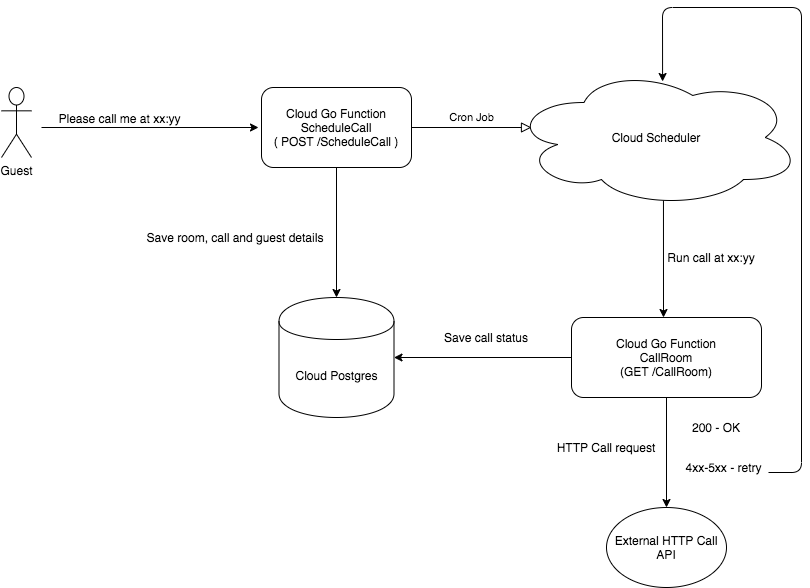
evt/wakeup keeps this draw.io diagram as images/diagram.png. Above is the earlier version. Source tidied: cells renumbered, new cells last; positions are measured from the earlier drawing's top-left corner, leaving out a move shared by most shapes.
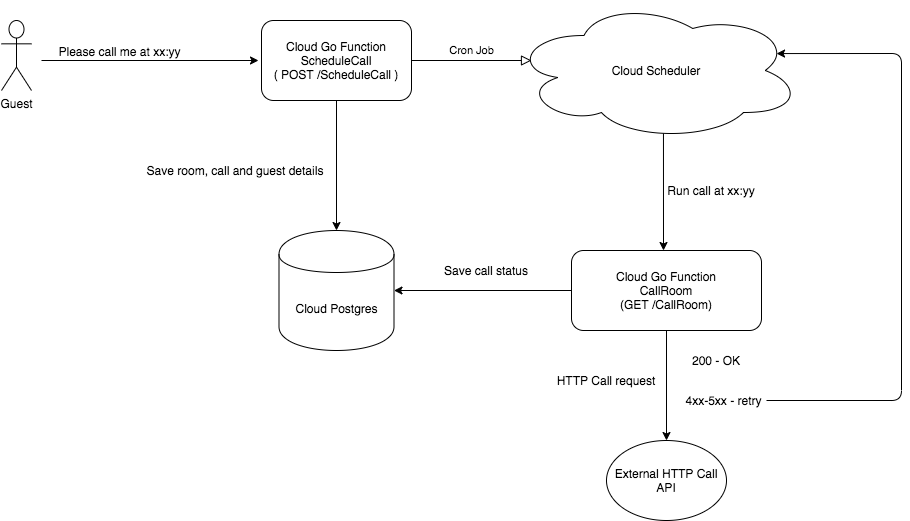
Above is the later version.

What changed in the source:
```diff
@@ -69,15 +69,13 @@
     <mxCell id="20" value="4xx-5xx - retry&lt;br&gt;" style="text;html=1;strokeColor=none;fillColor=none;align=center;verticalAlign=middle;whiteSpace=wrap;rounded=0;" parent="1" vertex="1">
       <mxGeometry x="680" y="450" width="85" height="20" as="geometry" />
     </mxCell>
-    <mxCell id="21" style="endArrow=classic;html=1;entryX=0.521;entryY=0.1;entryDx=0;entryDy=0;entryPerimeter=0;" parent="1" edge="1" target="3">
-      <mxGeometry relative="1" as="geometry">
-        <mxPoint x="767" y="465" as="sourcePoint" />
-        <Array as="points">
-          <mxPoint x="800" y="465" />
-          <mxPoint x="800" />
-          <mxPoint x="661" />
-        </Array>
-      </mxGeometry>
-    </mxCell>
+    <mxCell id="22" style="endArrow=classic;html=1;entryX=0.914;entryY=0.379;entryDx=0;entryDy=0;entryPerimeter=0;exitX=1;exitY=0.5;exitDx=0;exitDy=0;" parent="1" edge="1" source="20" target="3">
+      <mxGeometry relative="1" as="geometry">
+        <Array as="points">
+          <mxPoint x="900" y="460" />
+          <mxPoint x="900" y="113" />
+        </Array>
+      </mxGeometry>
+    </mxCell>
   </root>
 </mxGraphModel>
```
